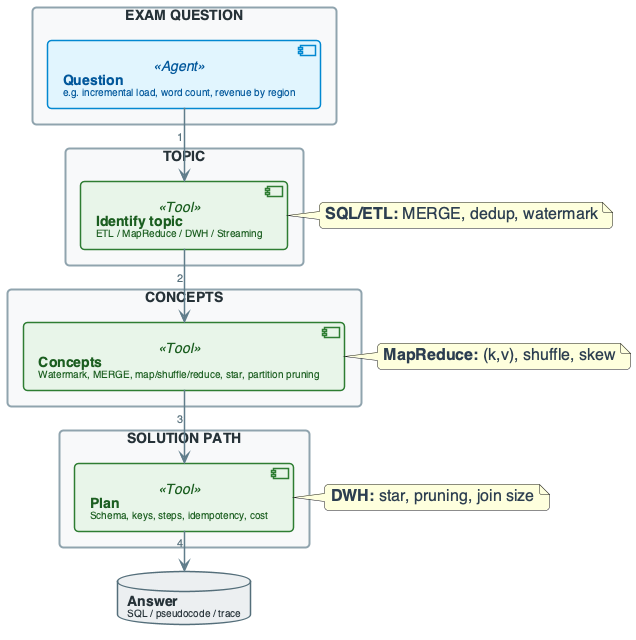
This is diagrams/week14/week14_lecture_slide21_exam_request_flow.png from OrPerets/data-engineering-course, a PlantUML export, as it was before one commit.
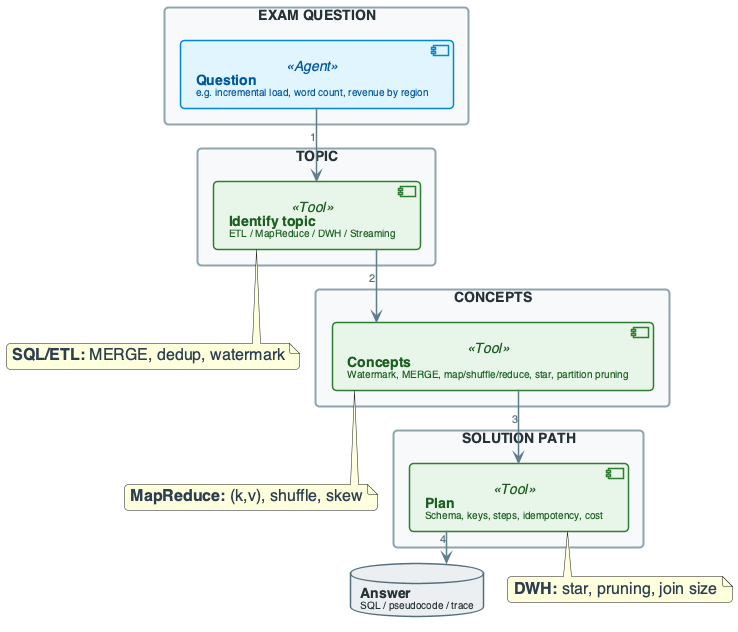
Later version of the same file.

Diff of the diagram source:
```diff
@@ -5,8 +5,8 @@
 skinparam shadowing false
 skinparam roundcorner 8
 skinparam handwritten false
-skinparam nodesep 30
-skinparam ranksep 40
+skinparam nodesep 24
+skinparam ranksep 28
 
 skinparam defaultFontName "Segoe UI, Helvetica, sans-serif"
 skinparam defaultFontSize 16
@@ -141,8 +141,8 @@
 CONCEPTS_LIST --> PLAN : "3"
 PLAN --> ANSWER : "4"
 
-note right of TOPIC_ID : **SQL/ETL:** MERGE, dedup, watermark
-note right of CONCEPTS_LIST : **MapReduce:** (k,v), shuffle, skew
-note right of PLAN : **DWH:** star, pruning, join size
+note bottom of TOPIC_ID : **SQL/ETL:** MERGE, dedup, watermark
+note bottom of CONCEPTS_LIST : **MapReduce:** (k,v), shuffle, skew
+note bottom of PLAN : **DWH:** star, pruning, join size
 
 @enduml
```
